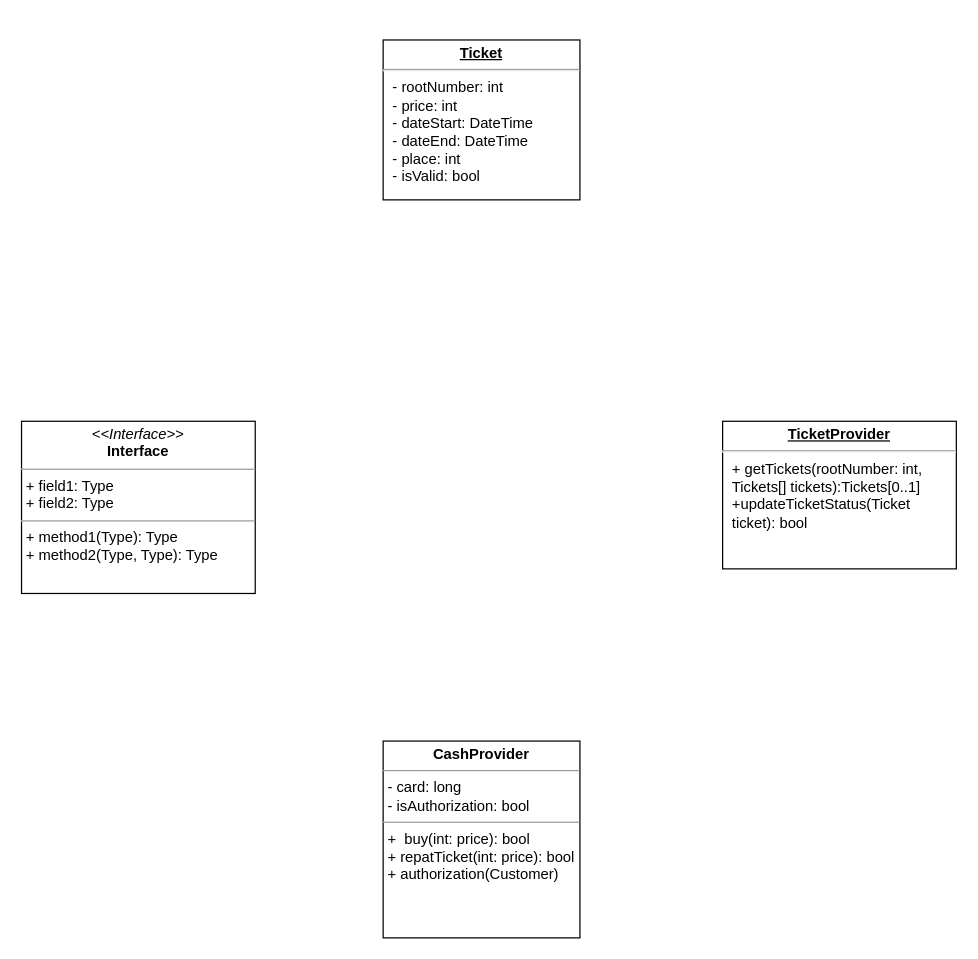
Above: UML/Диаграмма без названия.drawio in bayushidzen/ArchStore (draw.io), before the change. Source tidied: cells renumbered, new cells numbered last; positions are measured from the earlier drawing's top-left corner, leaving out a move shared by most shapes. Both pictures are drawn from the tidied source at 123%, with x=0, y=0 at pixel (21, 39).
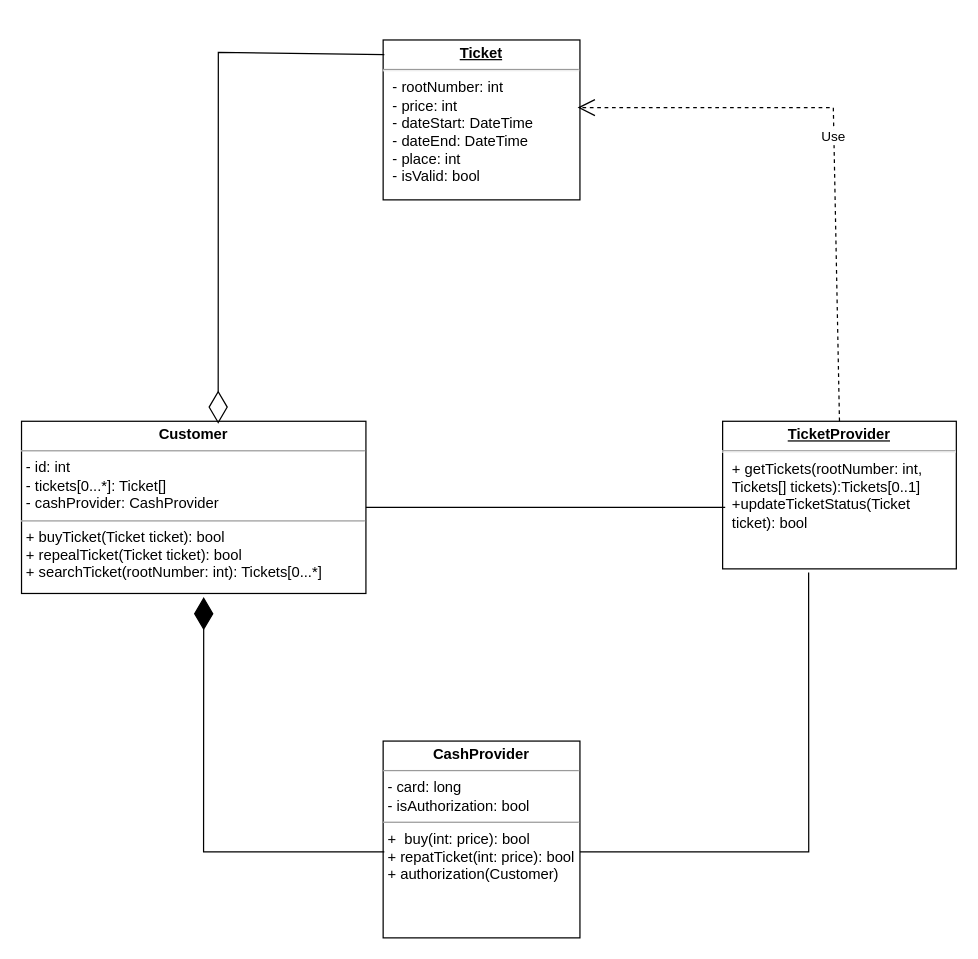
The same page after the edit.

What changed in the source:
```diff
@@
 <mxGraphModel>
   <root>
     <mxCell id="0" />
     <mxCell id="1" parent="0" />
-    <mxCell id="2" value="&lt;p style=&quot;margin:0px;margin-top:4px;text-align:center;&quot;&gt;&lt;i&gt;&amp;lt;&amp;lt;Interface&amp;gt;&amp;gt;&lt;/i&gt;&lt;br/&gt;&lt;b&gt;Interface&lt;/b&gt;&lt;/p&gt;&lt;hr size=&quot;1&quot;/&gt;&lt;p style=&quot;margin:0px;margin-left:4px;&quot;&gt;+ field1: Type&lt;br/&gt;+ field2: Type&lt;/p&gt;&lt;hr size=&quot;1&quot;/&gt;&lt;p style=&quot;margin:0px;margin-left:4px;&quot;&gt;+ method1(Type): Type&lt;br/&gt;+ method2(Type, Type): Type&lt;/p&gt;" style="verticalAlign=top;align=left;overflow=fill;fontSize=12;fontFamily=Helvetica;html=1;whiteSpace=wrap;" parent="1" vertex="1">
-      <mxGeometry y="310" width="190" height="140" as="geometry" />
+    <mxCell id="2" value="&lt;p style=&quot;margin:0px;margin-top:4px;text-align:center;&quot;&gt;&lt;b&gt;Customer&lt;/b&gt;&lt;/p&gt;&lt;hr size=&quot;1&quot;&gt;&lt;p style=&quot;margin:0px;margin-left:4px;&quot;&gt;- id: int&lt;br&gt;- tickets[0...*]: Ticket[]&lt;/p&gt;&lt;p style=&quot;margin:0px;margin-left:4px;&quot;&gt;- cashProvider: CashProvider&lt;/p&gt;&lt;hr size=&quot;1&quot;&gt;&lt;p style=&quot;margin:0px;margin-left:4px;&quot;&gt;+ buyTicket(Ticket ticket): bool&lt;/p&gt;&lt;p style=&quot;margin:0px;margin-left:4px;&quot;&gt;+ repealTicket(Ticket ticket): bool&lt;br&gt;+ searchTicket(rootNumber: int): Tickets[0...*]&lt;/p&gt;" style="verticalAlign=top;align=left;overflow=fill;fontSize=12;fontFamily=Helvetica;html=1;whiteSpace=wrap;" parent="1" vertex="1">
+      <mxGeometry y="310" width="280" height="140" as="geometry" />
     </mxCell>
     <mxCell id="3" value="&lt;p style=&quot;margin:0px;margin-top:4px;text-align:center;text-decoration:underline;&quot;&gt;&lt;b&gt;Ticket&lt;/b&gt;&lt;/p&gt;&lt;hr&gt;&lt;p style=&quot;margin:0px;margin-left:8px;&quot;&gt;- rootNumber: int&lt;/p&gt;&lt;p style=&quot;margin:0px;margin-left:8px;&quot;&gt;- price: int&lt;/p&gt;&lt;p style=&quot;margin:0px;margin-left:8px;&quot;&gt;- dateStart: DateTime&lt;/p&gt;&lt;p style=&quot;margin:0px;margin-left:8px;&quot;&gt;- dateEnd: DateTime&lt;/p&gt;&lt;p style=&quot;margin:0px;margin-left:8px;&quot;&gt;- place: int&lt;/p&gt;&lt;p style=&quot;margin:0px;margin-left:8px;&quot;&gt;- isValid: bool&lt;/p&gt;" style="verticalAlign=top;align=left;overflow=fill;fontSize=12;fontFamily=Helvetica;html=1;whiteSpace=wrap;" parent="1" vertex="1">
       <mxGeometry x="294" width="160" height="130" as="geometry" />
     </mxCell>
     <mxCell id="4" value="&lt;p style=&quot;margin:0px;margin-top:4px;text-align:center;text-decoration:underline;&quot;&gt;&lt;b&gt;TicketProvider&lt;/b&gt;&lt;/p&gt;&lt;hr&gt;&lt;p style=&quot;margin:0px;margin-left:8px;&quot;&gt;+ getTickets(rootNumber: int, Tickets[] tickets):Tickets[0..1]&lt;/p&gt;&lt;p style=&quot;margin:0px;margin-left:8px;&quot;&gt;+updateTicketStatus(Ticket ticket): bool&amp;nbsp;&lt;/p&gt;" style="verticalAlign=top;align=left;overflow=fill;fontSize=12;fontFamily=Helvetica;html=1;whiteSpace=wrap;" parent="1" vertex="1">
       <mxGeometry x="570" y="310" width="190" height="120" as="geometry" />
     </mxCell>
     <mxCell id="5" value="&lt;p style=&quot;margin:0px;margin-top:4px;text-align:center;&quot;&gt;&lt;b&gt;CashProvider&lt;/b&gt;&lt;/p&gt;&lt;hr size=&quot;1&quot;&gt;&lt;p style=&quot;margin:0px;margin-left:4px;&quot;&gt;- card: long&lt;/p&gt;&lt;p style=&quot;margin:0px;margin-left:4px;&quot;&gt;- isAuthorization: bool&lt;/p&gt;&lt;hr size=&quot;1&quot;&gt;&lt;p style=&quot;margin:0px;margin-left:4px;&quot;&gt;+&amp;nbsp; buy(int: price): bool&lt;/p&gt;&lt;p style=&quot;margin:0px;margin-left:4px;&quot;&gt;+ repatTicket(int: price): bool&lt;/p&gt;&lt;p style=&quot;margin:0px;margin-left:4px;&quot;&gt;+ authorization(Customer)&lt;/p&gt;" style="verticalAlign=top;align=left;overflow=fill;fontSize=12;fontFamily=Helvetica;html=1;whiteSpace=wrap;" parent="1" vertex="1">
       <mxGeometry x="294" y="570" width="160" height="160" as="geometry" />
     </mxCell>
+    <mxCell id="6" value="Use" style="endArrow=open;endSize=12;dashed=1;html=1;rounded=0;entryX=0.988;entryY=0.423;entryDx=0;entryDy=0;entryPerimeter=0;exitX=0.5;exitY=0;exitDx=0;exitDy=0;" parent="1" edge="1" source="4" target="3">
+      <mxGeometry relative="1" as="geometry">
+        <Array as="points">
+          <mxPoint x="660" y="55" />
+        </Array>
+      </mxGeometry>
+    </mxCell>
+    <mxCell id="7" style="endArrow=none;html=1;rounded=0;entryX=1;entryY=0.563;entryDx=0;entryDy=0;entryPerimeter=0;exitX=0.368;exitY=1.025;exitDx=0;exitDy=0;exitPerimeter=0;" parent="1" edge="1" source="4" target="5">
+      <mxGeometry relative="1" as="geometry">
+        <Array as="points">
+          <mxPoint x="640" y="660" />
+        </Array>
+      </mxGeometry>
+    </mxCell>
+    <mxCell id="8" style="endArrow=diamondThin;endFill=0;endSize=24;html=1;rounded=0;entryX=0.571;entryY=0.014;entryDx=0;entryDy=0;entryPerimeter=0;exitX=0.006;exitY=0.092;exitDx=0;exitDy=0;exitPerimeter=0;" parent="1" edge="1" source="3" target="2">
+      <mxGeometry relative="1" as="geometry">
+        <Array as="points">
+          <mxPoint x="160" y="10" />
+        </Array>
+      </mxGeometry>
+    </mxCell>
+    <mxCell id="9" style="endArrow=none;html=1;rounded=0;entryX=0.011;entryY=0.583;entryDx=0;entryDy=0;entryPerimeter=0;" parent="1" edge="1" source="2" target="4">
+      <mxGeometry relative="1" as="geometry" />
+    </mxCell>
+    <mxCell id="10" style="endArrow=diamondThin;endFill=1;endSize=24;html=1;rounded=0;entryX=0.529;entryY=1.021;entryDx=0;entryDy=0;entryPerimeter=0;exitX=0.006;exitY=0.563;exitDx=0;exitDy=0;exitPerimeter=0;" parent="1" edge="1" source="5" target="2">
+      <mxGeometry relative="1" as="geometry">
+        <Array as="points">
+          <mxPoint x="148" y="660" />
+        </Array>
+      </mxGeometry>
+    </mxCell>
   </root>
 </mxGraphModel>
```
